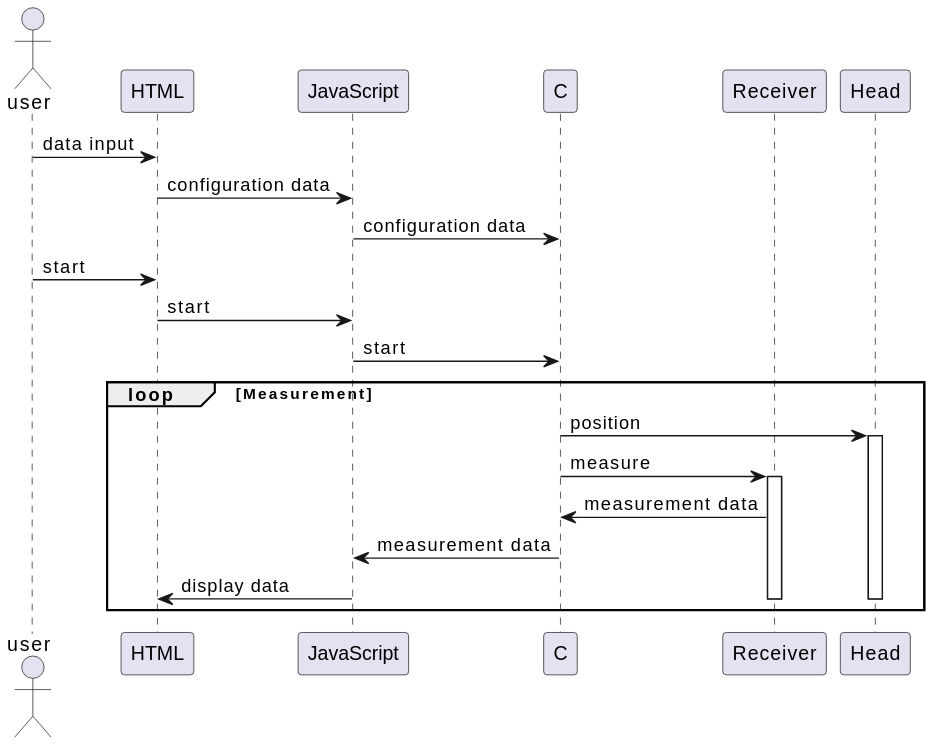
luki0502/antscan keeps this PlantUML diagram as out/design/sequenzdiagramm/Sequenzdiagramm.svg. Above is the earlier version. The source it was exported from:
```plantuml
@startuml Sequenzdiagramm

actor user
participant HTML
participant JavaScript as JS
participant C
participant Receiver
participant Head

user -> HTML : data input
HTML -> JS : configuration data
JS -> C : configuration data
user -> HTML : start
HTML -> JS : start
JS -> C : start
loop Measurement
    C -> Head : position
    activate Head
    C -> Receiver : measure
    activate Receiver
    Receiver -> C : measurement data
    C -> JS : measurement data
    JS -> HTML : display data
    deactivate Head
    deactivate Receiver
end

@enduml
```
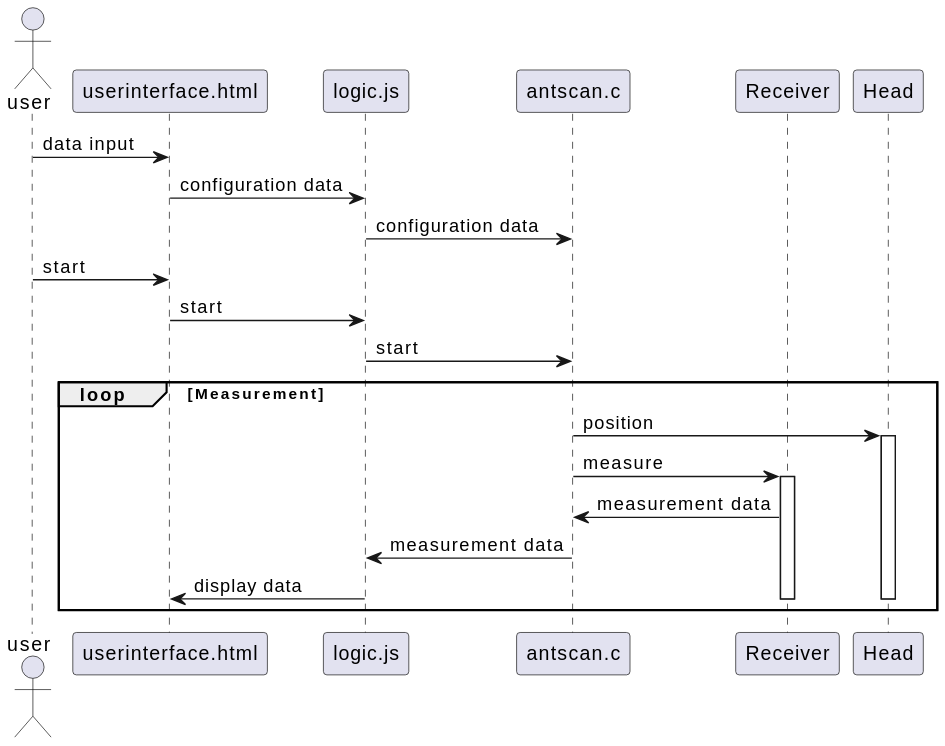
The same diagram one commit later.

Change to the diagram source:
```diff
@@ -1,9 +1,9 @@
 @startuml Sequenzdiagramm
 
 actor user
-participant HTML
-participant JavaScript as JS
-participant C
+participant userinterface.html as HTML
+participant logic.js as JS
+participant antscan.c as C
 participant Receiver
 participant Head
 
```
